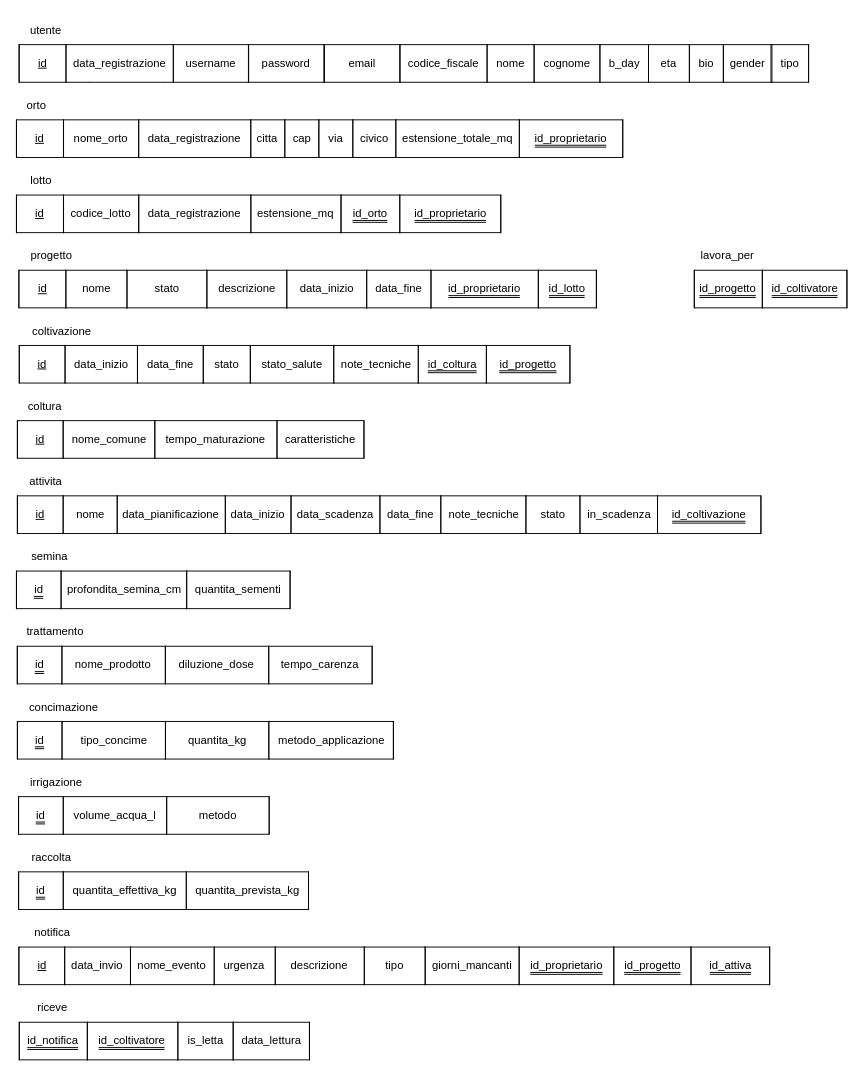
Before: page "Logico" (4 of 4) of diagrams/modelli-concettuali-bdd.drawio in doriath17/UninaBioGarden-OOBD32, a draw.io diagram. Source tidied: cells renumbered, new cells numbered last; positions are measured from the earlier drawing's top-left corner, leaving out a move shared by most shapes. Both pictures are drawn from the tidied source at 94%, with x=0, y=0 at pixel (16, 16).
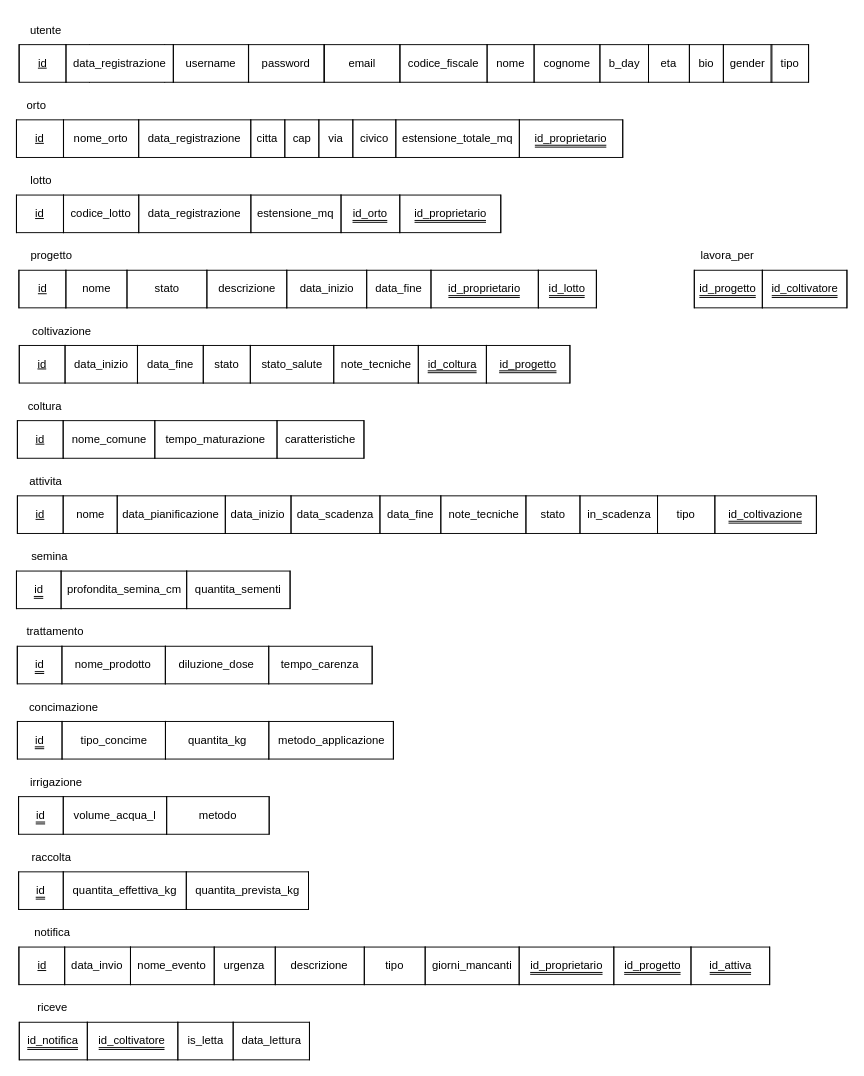
The same page after the edit.

What changed in the source:
```diff
@@
     <mxCell id="43" style="rounded=0;whiteSpace=wrap;html=1;" parent="1" vertex="1">
-      <mxGeometry x="1" y="510" width="791" height="40" as="geometry" />
+      <mxGeometry x="1" y="510" width="850" height="40" as="geometry" />
     </mxCell>
@@
     <mxCell id="63" value="&lt;span style=&quot;border-bottom: 3px double;&quot;&gt;id_coltivazione&lt;/span&gt;" style="shape=partialRectangle;whiteSpace=wrap;html=1;top=0;bottom=0;fillColor=none;" parent="1" vertex="1">
-      <mxGeometry x="682" y="510" width="110" height="40" as="geometry" />
+      <mxGeometry x="743" y="510" width="108" height="40" as="geometry" />
     </mxCell>
@@
+    <mxCell id="124" value="tipo" style="shape=partialRectangle;whiteSpace=wrap;html=1;top=0;bottom=0;fillColor=none;" parent="1" vertex="1">
+      <mxGeometry x="682" y="510" width="61" height="40" as="geometry" />
+    </mxCell>
```
